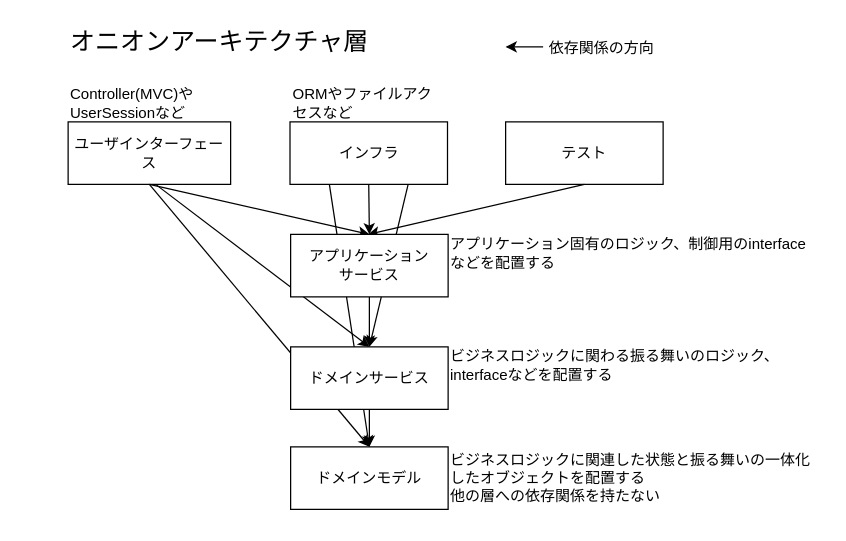
Above: OnionArchitecture/onion.drawio in shun57/praha-challenge-task (draw.io), before the change. Source tidied: cells renumbered, new cells numbered last; positions are measured from the earlier drawing's top-left corner, leaving out a move shared by most shapes. Both pictures are drawn from the tidied source at 125%, with x=0, y=0 at pixel (68, 21).
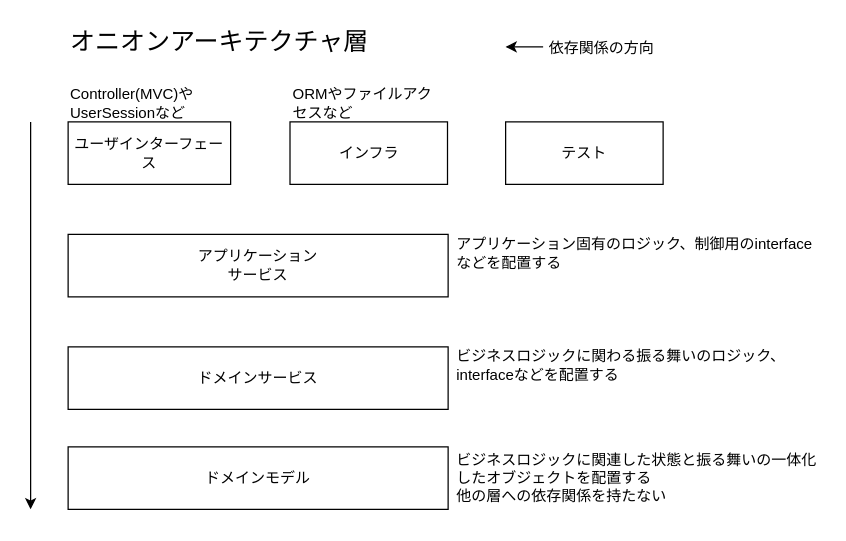
The same diagram, later.

Commit message (it also covers changes not shown here):
onion.drawio を更新します

The change refers to these unchanged cells:
```xml
<mxCell id="2" value="ユーザインターフェース" style="rounded=0;whiteSpace=wrap;html=1;" parent="1" vertex="1">
  <mxGeometry y="80" width="130" height="50" as="geometry" />
</mxCell>
<mxCell id="3" value="インフラ" style="rounded=0;whiteSpace=wrap;html=1;" parent="1" vertex="1">
  <mxGeometry x="177.5" y="80" width="126" height="50" as="geometry" />
</mxCell>
<mxCell id="4" value="テスト" style="rounded=0;whiteSpace=wrap;html=1;" parent="1" vertex="1">
  <mxGeometry x="350" y="80" width="126" height="50" as="geometry" />
</mxCell>
```

What changed in the source:
```diff
@@
     <mxCell id="5" value="ドメインモデル" style="rounded=0;whiteSpace=wrap;html=1;" parent="1" vertex="1">
-      <mxGeometry x="178" y="340" width="126" height="50" as="geometry" />
+      <mxGeometry y="340" width="304" height="50" as="geometry" />
     </mxCell>
@@
     <mxCell id="7" value="ビジネスロジックに関連した状態と振る舞いの一体化したオブジェクトを配置する&lt;br&gt;他の層への依存関係を持たない" style="text;html=1;strokeColor=none;fillColor=none;align=left;verticalAlign=middle;whiteSpace=wrap;rounded=0;fontSize=12;" parent="1" vertex="1">
-      <mxGeometry x="304" y="350" width="296" height="30" as="geometry" />
+      <mxGeometry x="309" y="350" width="296" height="30" as="geometry" />
     </mxCell>
     <mxCell id="8" value="ビジネスロジックに関わる振る舞いのロジック、interfaceなどを配置する" style="text;html=1;strokeColor=none;fillColor=none;align=left;verticalAlign=middle;whiteSpace=wrap;rounded=0;fontSize=12;" parent="1" vertex="1">
-      <mxGeometry x="304" y="260" width="296" height="30" as="geometry" />
+      <mxGeometry x="309" y="260" width="296" height="30" as="geometry" />
     </mxCell>
     <mxCell id="9" value="アプリケーション固有のロジック、制御用のinterfaceなどを配置する" style="text;html=1;strokeColor=none;fillColor=none;align=left;verticalAlign=middle;whiteSpace=wrap;rounded=0;fontSize=12;" parent="1" vertex="1">
-      <mxGeometry x="304" y="170" width="296" height="30" as="geometry" />
+      <mxGeometry x="309" y="170" width="296" height="30" as="geometry" />
     </mxCell>
@@
-    <mxCell id="12" style="endArrow=classic;html=1;rounded=0;fontSize=12;exitX=0.5;exitY=1;exitDx=0;exitDy=0;entryX=0.5;entryY=0;entryDx=0;entryDy=0;" parent="1" edge="1" source="2" target="24">
-      <mxGeometry relative="1" as="geometry" />
-    </mxCell>
-    <mxCell id="13" style="endArrow=classic;html=1;rounded=0;fontSize=12;exitX=0.5;exitY=1;exitDx=0;exitDy=0;entryX=0.5;entryY=0;entryDx=0;entryDy=0;" parent="1" edge="1" source="3" target="24">
-      <mxGeometry relative="1" as="geometry" />
-    </mxCell>
-    <mxCell id="14" style="endArrow=classic;html=1;rounded=0;fontSize=12;exitX=0.5;exitY=1;exitDx=0;exitDy=0;" parent="1" edge="1" source="4">
-      <mxGeometry relative="1" as="geometry">
-        <mxPoint x="240" y="170" as="targetPoint" />
-      </mxGeometry>
-    </mxCell>
@@
-    <mxCell id="17" style="endArrow=classic;html=1;rounded=0;fontSize=12;exitX=0.5;exitY=1;exitDx=0;exitDy=0;" parent="1" edge="1" source="24" target="23">
-      <mxGeometry relative="1" as="geometry" />
-    </mxCell>
-    <mxCell id="18" style="endArrow=classic;html=1;rounded=0;fontSize=12;exitX=0.5;exitY=1;exitDx=0;exitDy=0;entryX=0.5;entryY=0;entryDx=0;entryDy=0;" parent="1" edge="1" source="23" target="5">
-      <mxGeometry relative="1" as="geometry" />
-    </mxCell>
-    <mxCell id="19" style="endArrow=classic;html=1;rounded=0;fontSize=12;entryX=0.5;entryY=0;entryDx=0;entryDy=0;" parent="1" edge="1" target="23">
-      <mxGeometry relative="1" as="geometry">
-        <mxPoint x="70" y="130" as="sourcePoint" />
-      </mxGeometry>
-    </mxCell>
-    <mxCell id="20" style="endArrow=classic;html=1;rounded=0;fontSize=12;entryX=0.5;entryY=0;entryDx=0;entryDy=0;exitX=0.5;exitY=1;exitDx=0;exitDy=0;" parent="1" edge="1" source="2" target="5">
-      <mxGeometry relative="1" as="geometry" />
-    </mxCell>
-    <mxCell id="21" style="endArrow=classic;html=1;rounded=0;fontSize=12;exitX=0.75;exitY=1;exitDx=0;exitDy=0;entryX=0.5;entryY=0;entryDx=0;entryDy=0;" parent="1" edge="1" source="3" target="23">
-      <mxGeometry relative="1" as="geometry" />
-    </mxCell>
-    <mxCell id="22" style="endArrow=classic;html=1;rounded=0;fontSize=12;exitX=0.25;exitY=1;exitDx=0;exitDy=0;entryX=0.5;entryY=0;entryDx=0;entryDy=0;" parent="1" edge="1" source="3" target="5">
-      <mxGeometry relative="1" as="geometry" />
-    </mxCell>
     <mxCell id="23" value="ドメインサービス" style="rounded=0;whiteSpace=wrap;html=1;" parent="1" vertex="1">
-      <mxGeometry x="178" y="260" width="126" height="50" as="geometry" />
+      <mxGeometry y="260" width="304" height="50" as="geometry" />
     </mxCell>
     <mxCell id="24" value="アプリケーション&lt;br&gt;サービス" style="rounded=0;whiteSpace=wrap;html=1;" parent="1" vertex="1">
-      <mxGeometry x="178" y="170" width="126" height="50" as="geometry" />
+      <mxGeometry y="170" width="304" height="50" as="geometry" />
     </mxCell>
+    <mxCell id="25" style="endArrow=classic;html=1;rounded=0;fontSize=12;" parent="1" edge="1">
+      <mxGeometry relative="1" as="geometry">
+        <mxPoint x="-30" y="80" as="sourcePoint" />
+        <mxPoint x="-30" y="390" as="targetPoint" />
+      </mxGeometry>
+    </mxCell>
```
